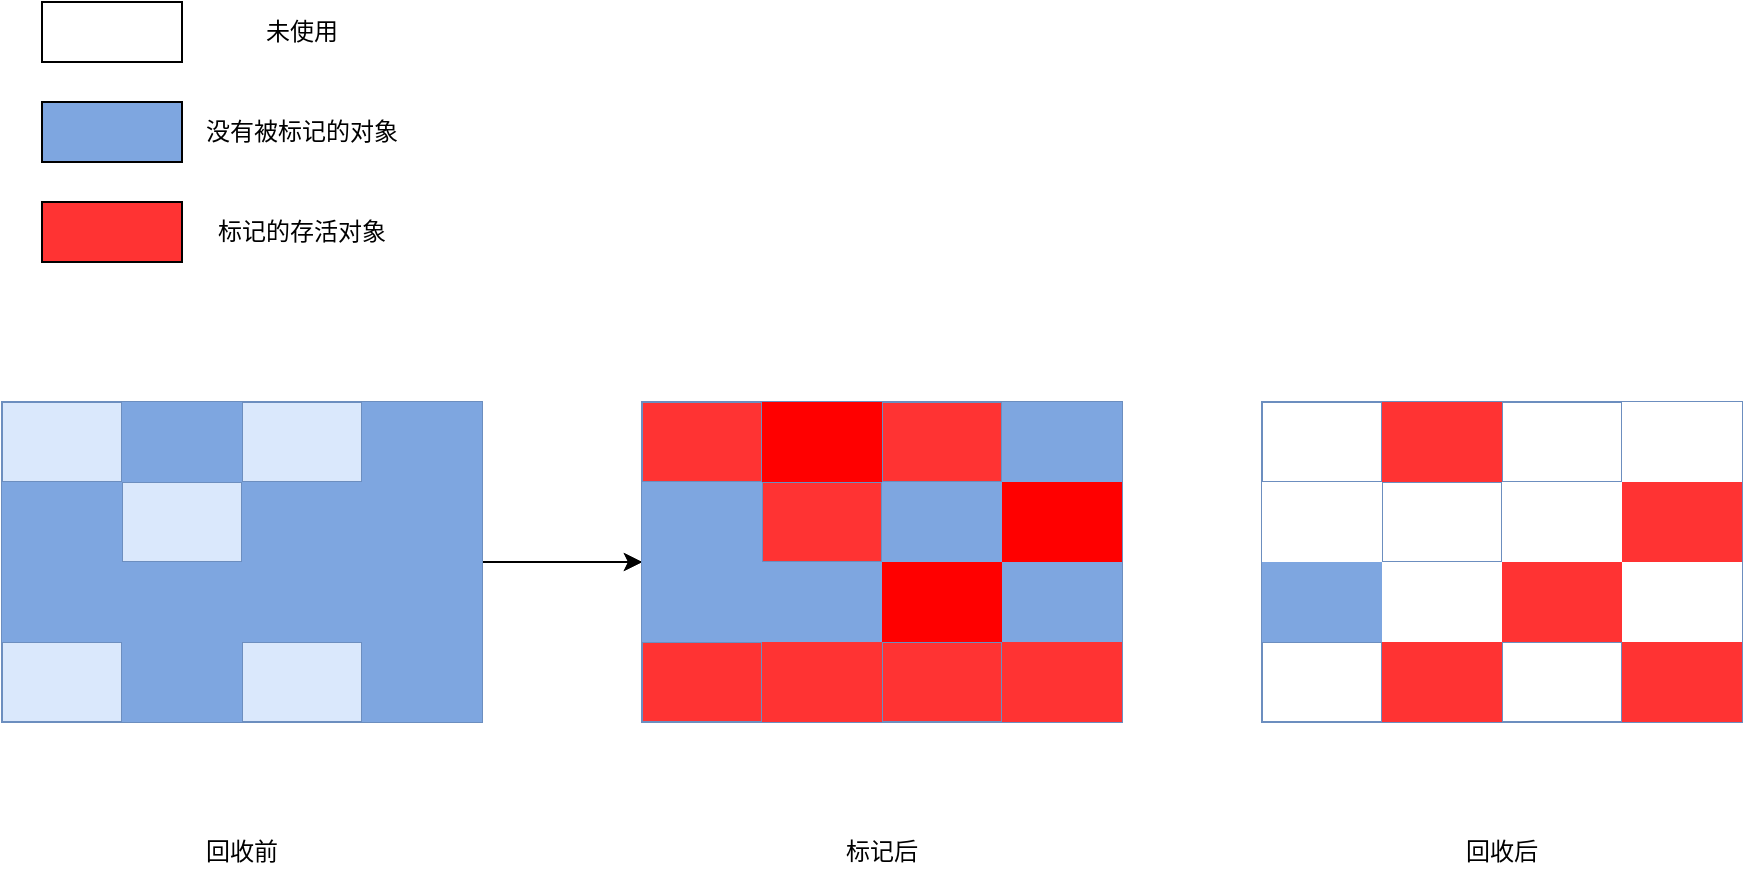
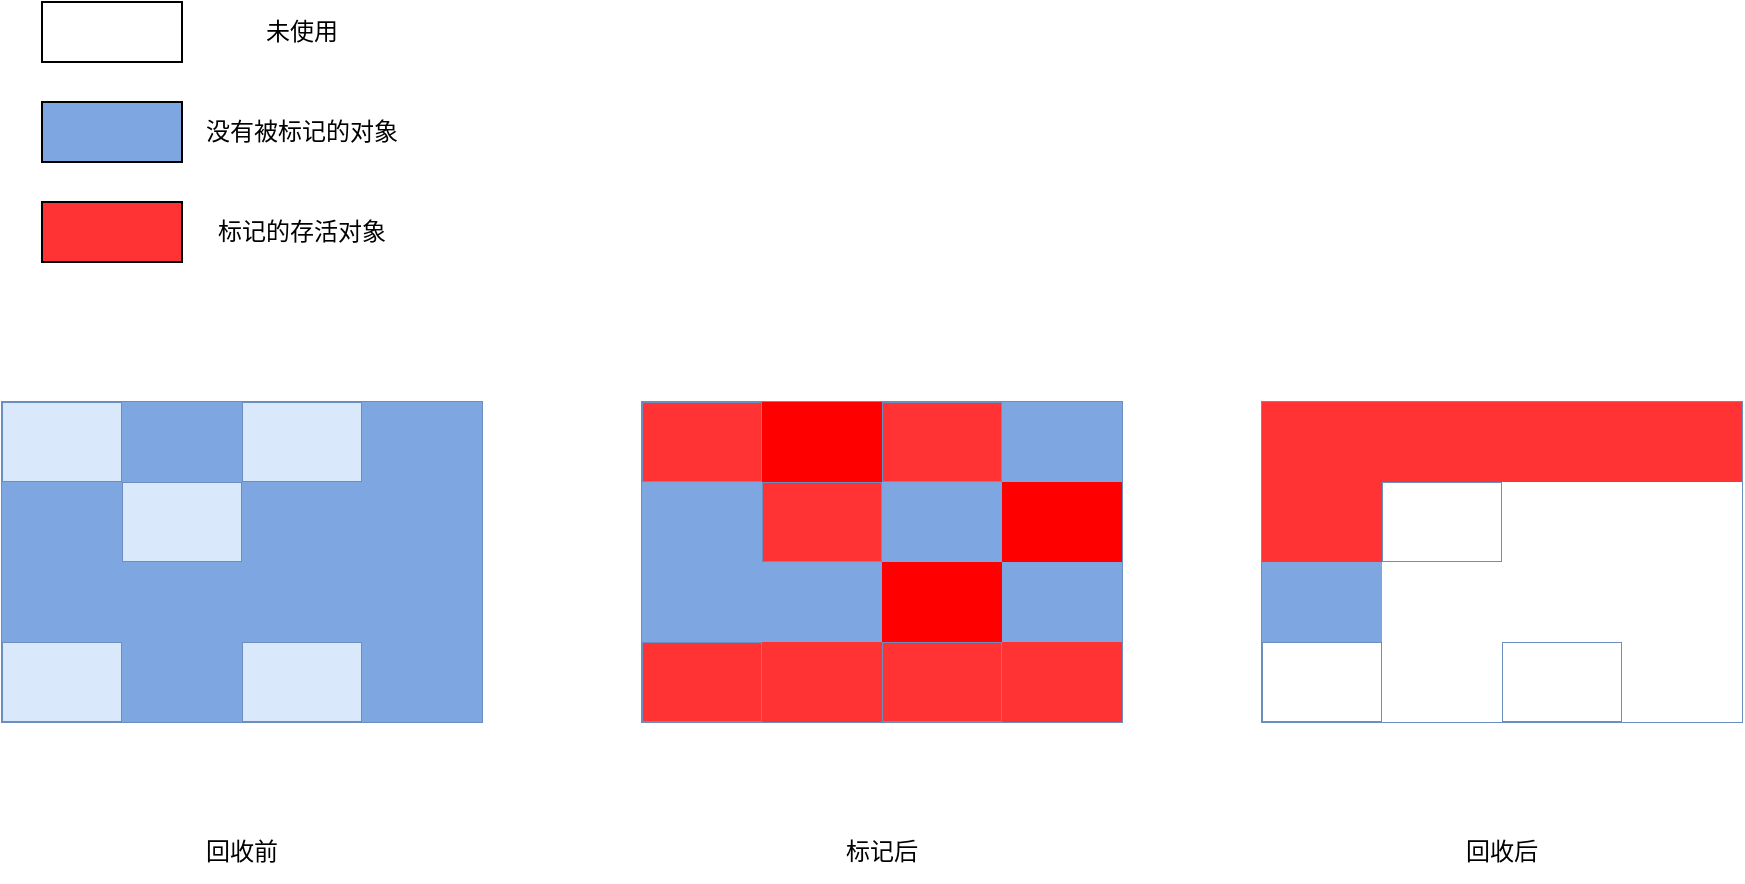
<mxfile host="app.diagrams.net">
  <diagram name="第 1 页" id="KjwoS0nl-4T4S8qi5VqI">
    <mxGraphModel dx="1022" dy="564" grid="1" gridSize="10" guides="1" tooltips="1" connect="1" arrows="1" fold="1" page="1" pageScale="1" pageWidth="2339" pageHeight="3300" math="0" shadow="0">
      <root>
        <mxCell id="0" />
        <mxCell id="1" parent="0" />
-         <mxCell id="xHLp9EJjgWM7njGDPcVA-3" edge="1" parent="1" source="a1P1gnmAWIE9Nsn7RV_F-14" style="edgeStyle=orthogonalEdgeStyle;rounded=0;orthogonalLoop=1;jettySize=auto;html=1;" target="xHLp9EJjgWM7njGDPcVA-2" value="">
-           <mxGeometry relative="1" as="geometry" />
-         </mxCell>
-         <mxCell id="xHLp9EJjgWM7njGDPcVA-5" edge="1" parent="1" source="a1P1gnmAWIE9Nsn7RV_F-14" style="edgeStyle=orthogonalEdgeStyle;rounded=0;orthogonalLoop=1;jettySize=auto;html=1;" target="xHLp9EJjgWM7njGDPcVA-4" value="">
-           <mxGeometry relative="1" as="geometry" />
-         </mxCell>
-         <mxCell id="xHLp9EJjgWM7njGDPcVA-7" edge="1" parent="1" source="a1P1gnmAWIE9Nsn7RV_F-14" style="edgeStyle=orthogonalEdgeStyle;rounded=0;orthogonalLoop=1;jettySize=auto;html=1;" target="xHLp9EJjgWM7njGDPcVA-6" value="">
-           <mxGeometry relative="1" as="geometry" />
-         </mxCell>
        <mxCell id="a1P1gnmAWIE9Nsn7RV_F-14" parent="1" style="shape=table;startSize=0;container=1;collapsible=0;childLayout=tableLayout;fixedHeader=1;fillColor=#dae8fc;strokeColor=#6c8ebf;gradientColor=none;" value="" vertex="1">
          <mxGeometry height="160" width="240" x="70" y="250" as="geometry" />
        </mxCell>
        <mxCell id="a1P1gnmAWIE9Nsn7RV_F-15" parent="a1P1gnmAWIE9Nsn7RV_F-14" style="shape=tableRow;horizontal=0;startSize=0;swimlaneHead=0;swimlaneBody=0;strokeColor=inherit;top=0;left=0;bottom=0;right=0;collapsible=0;dropTarget=0;fillColor=none;points=[[0,0.5],[1,0.5]];portConstraint=eastwest;fixedHeader=1;" value="" vertex="1">
          <mxGeometry height="40" width="240" as="geometry" />
        </mxCell>
        <mxCell id="a1P1gnmAWIE9Nsn7RV_F-16" parent="a1P1gnmAWIE9Nsn7RV_F-15" style="shape=partialRectangle;html=1;whiteSpace=wrap;connectable=0;strokeColor=inherit;overflow=hidden;fillColor=none;top=0;left=0;bottom=0;right=0;pointerEvents=1;" value="" vertex="1">
          <mxGeometry height="40" width="60" as="geometry">
            <mxRectangle height="40" width="60" as="alternateBounds" />
          </mxGeometry>
        </mxCell>
        <mxCell id="a1P1gnmAWIE9Nsn7RV_F-17" parent="a1P1gnmAWIE9Nsn7RV_F-15" style="shape=partialRectangle;html=1;whiteSpace=wrap;connectable=0;strokeColor=inherit;overflow=hidden;fillColor=#7EA6E0;top=0;left=0;bottom=0;right=0;pointerEvents=1;" value="" vertex="1">
          <mxGeometry height="40" width="60" x="60" as="geometry">
            <mxRectangle height="40" width="60" as="alternateBounds" />
          </mxGeometry>
        </mxCell>
        <mxCell id="a1P1gnmAWIE9Nsn7RV_F-18" parent="a1P1gnmAWIE9Nsn7RV_F-15" style="shape=partialRectangle;html=1;whiteSpace=wrap;connectable=0;strokeColor=inherit;overflow=hidden;fillColor=none;top=0;left=0;bottom=0;right=0;pointerEvents=1;" value="" vertex="1">
          <mxGeometry height="40" width="60" x="120" as="geometry">
            <mxRectangle height="40" width="60" as="alternateBounds" />
          </mxGeometry>
        </mxCell>
        <mxCell id="a1P1gnmAWIE9Nsn7RV_F-19" parent="a1P1gnmAWIE9Nsn7RV_F-15" style="shape=partialRectangle;html=1;whiteSpace=wrap;connectable=0;strokeColor=inherit;overflow=hidden;fillColor=#7EA6E0;top=0;left=0;bottom=0;right=0;pointerEvents=1;" value="" vertex="1">
          <mxGeometry height="40" width="60" x="180" as="geometry">
            <mxRectangle height="40" width="60" as="alternateBounds" />
          </mxGeometry>
        </mxCell>
        <mxCell id="a1P1gnmAWIE9Nsn7RV_F-20" parent="a1P1gnmAWIE9Nsn7RV_F-14" style="shape=tableRow;horizontal=0;startSize=0;swimlaneHead=0;swimlaneBody=0;strokeColor=inherit;top=0;left=0;bottom=0;right=0;collapsible=0;dropTarget=0;fillColor=none;points=[[0,0.5],[1,0.5]];portConstraint=eastwest;fixedHeader=1;" value="" vertex="1">
          <mxGeometry height="40" width="240" y="40" as="geometry" />
        </mxCell>
        <mxCell id="a1P1gnmAWIE9Nsn7RV_F-21" parent="a1P1gnmAWIE9Nsn7RV_F-20" style="shape=partialRectangle;html=1;whiteSpace=wrap;connectable=0;strokeColor=inherit;overflow=hidden;fillColor=#7EA6E0;top=0;left=0;bottom=0;right=0;pointerEvents=1;" value="" vertex="1">
          <mxGeometry height="40" width="60" as="geometry">
            <mxRectangle height="40" width="60" as="alternateBounds" />
          </mxGeometry>
        </mxCell>
        <mxCell id="a1P1gnmAWIE9Nsn7RV_F-22" parent="a1P1gnmAWIE9Nsn7RV_F-20" style="shape=partialRectangle;html=1;whiteSpace=wrap;connectable=0;strokeColor=inherit;overflow=hidden;fillColor=none;top=0;left=0;bottom=0;right=0;pointerEvents=1;" value="" vertex="1">
          <mxGeometry height="40" width="60" x="60" as="geometry">
            <mxRectangle height="40" width="60" as="alternateBounds" />
          </mxGeometry>
        </mxCell>
        <mxCell id="a1P1gnmAWIE9Nsn7RV_F-23" parent="a1P1gnmAWIE9Nsn7RV_F-20" style="shape=partialRectangle;html=1;whiteSpace=wrap;connectable=0;strokeColor=inherit;overflow=hidden;fillColor=#7EA6E0;top=0;left=0;bottom=0;right=0;pointerEvents=1;" value="" vertex="1">
          <mxGeometry height="40" width="60" x="120" as="geometry">
            <mxRectangle height="40" width="60" as="alternateBounds" />
          </mxGeometry>
        </mxCell>
        <mxCell id="a1P1gnmAWIE9Nsn7RV_F-24" parent="a1P1gnmAWIE9Nsn7RV_F-20" style="shape=partialRectangle;html=1;whiteSpace=wrap;connectable=0;strokeColor=inherit;overflow=hidden;fillColor=#7EA6E0;top=0;left=0;bottom=0;right=0;pointerEvents=1;" value="" vertex="1">
          <mxGeometry height="40" width="60" x="180" as="geometry">
            <mxRectangle height="40" width="60" as="alternateBounds" />
          </mxGeometry>
        </mxCell>
        <mxCell id="a1P1gnmAWIE9Nsn7RV_F-25" parent="a1P1gnmAWIE9Nsn7RV_F-14" style="shape=tableRow;horizontal=0;startSize=0;swimlaneHead=0;swimlaneBody=0;strokeColor=inherit;top=0;left=0;bottom=0;right=0;collapsible=0;dropTarget=0;fillColor=#7EA6E0;points=[[0,0.5],[1,0.5]];portConstraint=eastwest;fixedHeader=1;" value="" vertex="1">
          <mxGeometry height="40" width="240" y="80" as="geometry" />
        </mxCell>
        <mxCell id="a1P1gnmAWIE9Nsn7RV_F-26" parent="a1P1gnmAWIE9Nsn7RV_F-25" style="shape=partialRectangle;html=1;whiteSpace=wrap;connectable=0;strokeColor=inherit;overflow=hidden;fillColor=none;top=0;left=0;bottom=0;right=0;pointerEvents=1;" value="" vertex="1">
          <mxGeometry height="40" width="60" as="geometry">
            <mxRectangle height="40" width="60" as="alternateBounds" />
          </mxGeometry>
        </mxCell>
        <mxCell id="a1P1gnmAWIE9Nsn7RV_F-27" parent="a1P1gnmAWIE9Nsn7RV_F-25" style="shape=partialRectangle;html=1;whiteSpace=wrap;connectable=0;strokeColor=inherit;overflow=hidden;fillColor=#7EA6E0;top=0;left=0;bottom=0;right=0;pointerEvents=1;" value="" vertex="1">
          <mxGeometry height="40" width="60" x="60" as="geometry">
            <mxRectangle height="40" width="60" as="alternateBounds" />
          </mxGeometry>
        </mxCell>
        <mxCell id="a1P1gnmAWIE9Nsn7RV_F-28" parent="a1P1gnmAWIE9Nsn7RV_F-25" style="shape=partialRectangle;html=1;whiteSpace=wrap;connectable=0;strokeColor=inherit;overflow=hidden;fillColor=#7EA6E0;top=0;left=0;bottom=0;right=0;pointerEvents=1;" value="" vertex="1">
          <mxGeometry height="40" width="60" x="120" as="geometry">
            <mxRectangle height="40" width="60" as="alternateBounds" />
          </mxGeometry>
        </mxCell>
        <mxCell id="a1P1gnmAWIE9Nsn7RV_F-29" parent="a1P1gnmAWIE9Nsn7RV_F-25" style="shape=partialRectangle;html=1;whiteSpace=wrap;connectable=0;strokeColor=inherit;overflow=hidden;fillColor=#7EA6E0;top=0;left=0;bottom=0;right=0;pointerEvents=1;" value="" vertex="1">
          <mxGeometry height="40" width="60" x="180" as="geometry">
            <mxRectangle height="40" width="60" as="alternateBounds" />
          </mxGeometry>
        </mxCell>
        <mxCell id="a1P1gnmAWIE9Nsn7RV_F-30" parent="a1P1gnmAWIE9Nsn7RV_F-14" style="shape=tableRow;horizontal=0;startSize=0;swimlaneHead=0;swimlaneBody=0;strokeColor=inherit;top=0;left=0;bottom=0;right=0;collapsible=0;dropTarget=0;fillColor=none;points=[[0,0.5],[1,0.5]];portConstraint=eastwest;fixedHeader=1;" value="" vertex="1">
          <mxGeometry height="40" width="240" y="120" as="geometry" />
        </mxCell>
        <mxCell id="a1P1gnmAWIE9Nsn7RV_F-31" parent="a1P1gnmAWIE9Nsn7RV_F-30" style="shape=partialRectangle;html=1;whiteSpace=wrap;connectable=0;strokeColor=inherit;overflow=hidden;fillColor=none;top=0;left=0;bottom=0;right=0;pointerEvents=1;" value="" vertex="1">
          <mxGeometry height="40" width="60" as="geometry">
            <mxRectangle height="40" width="60" as="alternateBounds" />
          </mxGeometry>
        </mxCell>
        <mxCell id="a1P1gnmAWIE9Nsn7RV_F-32" parent="a1P1gnmAWIE9Nsn7RV_F-30" style="shape=partialRectangle;html=1;whiteSpace=wrap;connectable=0;strokeColor=inherit;overflow=hidden;fillColor=#7EA6E0;top=0;left=0;bottom=0;right=0;pointerEvents=1;" value="" vertex="1">
          <mxGeometry height="40" width="60" x="60" as="geometry">
            <mxRectangle height="40" width="60" as="alternateBounds" />
          </mxGeometry>
        </mxCell>
        <mxCell id="a1P1gnmAWIE9Nsn7RV_F-33" parent="a1P1gnmAWIE9Nsn7RV_F-30" style="shape=partialRectangle;html=1;whiteSpace=wrap;connectable=0;strokeColor=inherit;overflow=hidden;fillColor=none;top=0;left=0;bottom=0;right=0;pointerEvents=1;" value="" vertex="1">
          <mxGeometry height="40" width="60" x="120" as="geometry">
            <mxRectangle height="40" width="60" as="alternateBounds" />
          </mxGeometry>
        </mxCell>
        <mxCell id="a1P1gnmAWIE9Nsn7RV_F-34" parent="a1P1gnmAWIE9Nsn7RV_F-30" style="shape=partialRectangle;html=1;whiteSpace=wrap;connectable=0;strokeColor=inherit;overflow=hidden;fillColor=#7EA6E0;top=0;left=0;bottom=0;right=0;pointerEvents=1;" value="" vertex="1">
          <mxGeometry height="40" width="60" x="180" as="geometry">
            <mxRectangle height="40" width="60" as="alternateBounds" />
          </mxGeometry>
        </mxCell>
        <mxCell id="a1P1gnmAWIE9Nsn7RV_F-35" parent="1" style="shape=table;startSize=0;container=1;collapsible=0;childLayout=tableLayout;fixedHeader=1;fillColor=#FF3333;strokeColor=#6c8ebf;" value="" vertex="1">
          <mxGeometry height="160" width="240" x="390" y="250" as="geometry" />
        </mxCell>
        <mxCell id="a1P1gnmAWIE9Nsn7RV_F-36" parent="a1P1gnmAWIE9Nsn7RV_F-35" style="shape=tableRow;horizontal=0;startSize=0;swimlaneHead=0;swimlaneBody=0;strokeColor=inherit;top=0;left=0;bottom=0;right=0;collapsible=0;dropTarget=0;fillColor=none;points=[[0,0.5],[1,0.5]];portConstraint=eastwest;fixedHeader=1;" value="" vertex="1">
          <mxGeometry height="40" width="240" as="geometry" />
        </mxCell>
        <mxCell id="a1P1gnmAWIE9Nsn7RV_F-37" parent="a1P1gnmAWIE9Nsn7RV_F-36" style="shape=partialRectangle;html=1;whiteSpace=wrap;connectable=0;strokeColor=inherit;overflow=hidden;fillColor=none;top=0;left=0;bottom=0;right=0;pointerEvents=1;" value="" vertex="1">
          <mxGeometry height="40" width="60" as="geometry">
            <mxRectangle height="40" width="60" as="alternateBounds" />
          </mxGeometry>
        </mxCell>
        <mxCell id="a1P1gnmAWIE9Nsn7RV_F-38" parent="a1P1gnmAWIE9Nsn7RV_F-36" style="shape=partialRectangle;html=1;whiteSpace=wrap;connectable=0;strokeColor=inherit;overflow=hidden;fillColor=#FF0000;top=0;left=0;bottom=0;right=0;pointerEvents=1;" value="" vertex="1">
          <mxGeometry height="40" width="60" x="60" as="geometry">
            <mxRectangle height="40" width="60" as="alternateBounds" />
          </mxGeometry>
        </mxCell>
        <mxCell id="a1P1gnmAWIE9Nsn7RV_F-39" parent="a1P1gnmAWIE9Nsn7RV_F-36" style="shape=partialRectangle;html=1;whiteSpace=wrap;connectable=0;strokeColor=inherit;overflow=hidden;fillColor=none;top=0;left=0;bottom=0;right=0;pointerEvents=1;" value="" vertex="1">
          <mxGeometry height="40" width="60" x="120" as="geometry">
            <mxRectangle height="40" width="60" as="alternateBounds" />
          </mxGeometry>
        </mxCell>
        <mxCell id="a1P1gnmAWIE9Nsn7RV_F-40" parent="a1P1gnmAWIE9Nsn7RV_F-36" style="shape=partialRectangle;html=1;whiteSpace=wrap;connectable=0;strokeColor=inherit;overflow=hidden;fillColor=#7EA6E0;top=0;left=0;bottom=0;right=0;pointerEvents=1;" value="" vertex="1">
          <mxGeometry height="40" width="60" x="180" as="geometry">
            <mxRectangle height="40" width="60" as="alternateBounds" />
          </mxGeometry>
        </mxCell>
        <mxCell id="a1P1gnmAWIE9Nsn7RV_F-41" parent="a1P1gnmAWIE9Nsn7RV_F-35" style="shape=tableRow;horizontal=0;startSize=0;swimlaneHead=0;swimlaneBody=0;strokeColor=inherit;top=0;left=0;bottom=0;right=0;collapsible=0;dropTarget=0;fillColor=none;points=[[0,0.5],[1,0.5]];portConstraint=eastwest;fixedHeader=1;" value="" vertex="1">
          <mxGeometry height="40" width="240" y="40" as="geometry" />
        </mxCell>
        <mxCell id="a1P1gnmAWIE9Nsn7RV_F-42" parent="a1P1gnmAWIE9Nsn7RV_F-41" style="shape=partialRectangle;html=1;whiteSpace=wrap;connectable=0;strokeColor=inherit;overflow=hidden;fillColor=#7EA6E0;top=0;left=0;bottom=0;right=0;pointerEvents=1;" value="" vertex="1">
          <mxGeometry height="40" width="60" as="geometry">
            <mxRectangle height="40" width="60" as="alternateBounds" />
          </mxGeometry>
        </mxCell>
        <mxCell id="a1P1gnmAWIE9Nsn7RV_F-43" parent="a1P1gnmAWIE9Nsn7RV_F-41" style="shape=partialRectangle;html=1;whiteSpace=wrap;connectable=0;strokeColor=inherit;overflow=hidden;fillColor=none;top=0;left=0;bottom=0;right=0;pointerEvents=1;" value="" vertex="1">
          <mxGeometry height="40" width="60" x="60" as="geometry">
            <mxRectangle height="40" width="60" as="alternateBounds" />
          </mxGeometry>
        </mxCell>
        <mxCell id="a1P1gnmAWIE9Nsn7RV_F-44" parent="a1P1gnmAWIE9Nsn7RV_F-41" style="shape=partialRectangle;html=1;whiteSpace=wrap;connectable=0;strokeColor=inherit;overflow=hidden;fillColor=#7EA6E0;top=0;left=0;bottom=0;right=0;pointerEvents=1;" value="" vertex="1">
          <mxGeometry height="40" width="60" x="120" as="geometry">
            <mxRectangle height="40" width="60" as="alternateBounds" />
          </mxGeometry>
        </mxCell>
        <mxCell id="a1P1gnmAWIE9Nsn7RV_F-45" parent="a1P1gnmAWIE9Nsn7RV_F-41" style="shape=partialRectangle;html=1;whiteSpace=wrap;connectable=0;strokeColor=inherit;overflow=hidden;fillColor=#FF0000;top=0;left=0;bottom=0;right=0;pointerEvents=1;" value="" vertex="1">
          <mxGeometry height="40" width="60" x="180" as="geometry">
            <mxRectangle height="40" width="60" as="alternateBounds" />
          </mxGeometry>
        </mxCell>
        <mxCell id="a1P1gnmAWIE9Nsn7RV_F-46" parent="a1P1gnmAWIE9Nsn7RV_F-35" style="shape=tableRow;horizontal=0;startSize=0;swimlaneHead=0;swimlaneBody=0;strokeColor=inherit;top=0;left=0;bottom=0;right=0;collapsible=0;dropTarget=0;fillColor=#7EA6E0;points=[[0,0.5],[1,0.5]];portConstraint=eastwest;fixedHeader=1;" value="" vertex="1">
          <mxGeometry height="40" width="240" y="80" as="geometry" />
        </mxCell>
        <mxCell id="a1P1gnmAWIE9Nsn7RV_F-47" parent="a1P1gnmAWIE9Nsn7RV_F-46" style="shape=partialRectangle;html=1;whiteSpace=wrap;connectable=0;strokeColor=inherit;overflow=hidden;fillColor=none;top=0;left=0;bottom=0;right=0;pointerEvents=1;" value="" vertex="1">
          <mxGeometry height="40" width="60" as="geometry">
            <mxRectangle height="40" width="60" as="alternateBounds" />
          </mxGeometry>
        </mxCell>
        <mxCell id="a1P1gnmAWIE9Nsn7RV_F-48" parent="a1P1gnmAWIE9Nsn7RV_F-46" style="shape=partialRectangle;html=1;whiteSpace=wrap;connectable=0;strokeColor=inherit;overflow=hidden;fillColor=#7EA6E0;top=0;left=0;bottom=0;right=0;pointerEvents=1;" value="" vertex="1">
          <mxGeometry height="40" width="60" x="60" as="geometry">
            <mxRectangle height="40" width="60" as="alternateBounds" />
          </mxGeometry>
        </mxCell>
        <mxCell id="a1P1gnmAWIE9Nsn7RV_F-49" parent="a1P1gnmAWIE9Nsn7RV_F-46" style="shape=partialRectangle;html=1;whiteSpace=wrap;connectable=0;strokeColor=inherit;overflow=hidden;fillColor=#FF0000;top=0;left=0;bottom=0;right=0;pointerEvents=1;" value="" vertex="1">
          <mxGeometry height="40" width="60" x="120" as="geometry">
            <mxRectangle height="40" width="60" as="alternateBounds" />
          </mxGeometry>
        </mxCell>
        <mxCell id="a1P1gnmAWIE9Nsn7RV_F-50" parent="a1P1gnmAWIE9Nsn7RV_F-46" style="shape=partialRectangle;html=1;whiteSpace=wrap;connectable=0;strokeColor=inherit;overflow=hidden;fillColor=#7EA6E0;top=0;left=0;bottom=0;right=0;pointerEvents=1;" value="" vertex="1">
          <mxGeometry height="40" width="60" x="180" as="geometry">
            <mxRectangle height="40" width="60" as="alternateBounds" />
          </mxGeometry>
        </mxCell>
        <mxCell id="xHLp9EJjgWM7njGDPcVA-2" parent="a1P1gnmAWIE9Nsn7RV_F-46" style="shape=singleArrow;whiteSpace=wrap;html=1;arrowWidth=0.4;arrowSize=0.4;fillColor=#dae8fc;strokeColor=#6c8ebf;startSize=0;" value="" vertex="1">
-           <mxGeometry height="40" width="NaN" x="240" as="geometry">
+           <mxGeometry height="40" x="240" as="geometry">
            <mxRectangle height="40" width="NaN" as="alternateBounds" />
          </mxGeometry>
        </mxCell>
        <mxCell id="xHLp9EJjgWM7njGDPcVA-4" parent="a1P1gnmAWIE9Nsn7RV_F-46" style="shape=singleArrow;whiteSpace=wrap;html=1;arrowWidth=0.4;arrowSize=0.4;fillColor=#dae8fc;strokeColor=#6c8ebf;startSize=0;" value="" vertex="1">
-           <mxGeometry height="40" width="NaN" as="geometry">
+           <mxGeometry height="40" as="geometry">
            <mxRectangle height="40" width="NaN" as="alternateBounds" />
          </mxGeometry>
        </mxCell>
        <mxCell id="xHLp9EJjgWM7njGDPcVA-6" parent="a1P1gnmAWIE9Nsn7RV_F-46" style="shape=singleArrow;whiteSpace=wrap;html=1;arrowWidth=0.4;arrowSize=0.4;fillColor=#dae8fc;strokeColor=#6c8ebf;startSize=0;" value="" vertex="1">
-           <mxGeometry height="40" width="NaN" as="geometry">
+           <mxGeometry height="40" as="geometry">
            <mxRectangle height="40" width="NaN" as="alternateBounds" />
          </mxGeometry>
        </mxCell>
        <mxCell id="a1P1gnmAWIE9Nsn7RV_F-51" parent="a1P1gnmAWIE9Nsn7RV_F-35" style="shape=tableRow;horizontal=0;startSize=0;swimlaneHead=0;swimlaneBody=0;strokeColor=inherit;top=0;left=0;bottom=0;right=0;collapsible=0;dropTarget=0;fillColor=none;points=[[0,0.5],[1,0.5]];portConstraint=eastwest;fixedHeader=1;" value="" vertex="1">
          <mxGeometry height="40" width="240" y="120" as="geometry" />
        </mxCell>
        <mxCell id="a1P1gnmAWIE9Nsn7RV_F-52" parent="a1P1gnmAWIE9Nsn7RV_F-51" style="shape=partialRectangle;html=1;whiteSpace=wrap;connectable=0;strokeColor=inherit;overflow=hidden;fillColor=none;top=0;left=0;bottom=0;right=0;pointerEvents=1;" value="" vertex="1">
          <mxGeometry height="40" width="60" as="geometry">
            <mxRectangle height="40" width="60" as="alternateBounds" />
          </mxGeometry>
        </mxCell>
        <mxCell id="a1P1gnmAWIE9Nsn7RV_F-53" parent="a1P1gnmAWIE9Nsn7RV_F-51" style="shape=partialRectangle;html=1;whiteSpace=wrap;connectable=0;strokeColor=inherit;overflow=hidden;fillColor=#FF3333;top=0;left=0;bottom=0;right=0;pointerEvents=1;" value="" vertex="1">
          <mxGeometry height="40" width="60" x="60" as="geometry">
            <mxRectangle height="40" width="60" as="alternateBounds" />
          </mxGeometry>
        </mxCell>
        <mxCell id="a1P1gnmAWIE9Nsn7RV_F-54" parent="a1P1gnmAWIE9Nsn7RV_F-51" style="shape=partialRectangle;html=1;whiteSpace=wrap;connectable=0;strokeColor=inherit;overflow=hidden;fillColor=none;top=0;left=0;bottom=0;right=0;pointerEvents=1;" value="" vertex="1">
          <mxGeometry height="40" width="60" x="120" as="geometry">
            <mxRectangle height="40" width="60" as="alternateBounds" />
          </mxGeometry>
        </mxCell>
        <mxCell id="a1P1gnmAWIE9Nsn7RV_F-55" parent="a1P1gnmAWIE9Nsn7RV_F-51" style="shape=partialRectangle;html=1;whiteSpace=wrap;connectable=0;strokeColor=inherit;overflow=hidden;fillColor=#FF3333;top=0;left=0;bottom=0;right=0;pointerEvents=1;" value="" vertex="1">
          <mxGeometry height="40" width="60" x="180" as="geometry">
            <mxRectangle height="40" width="60" as="alternateBounds" />
          </mxGeometry>
        </mxCell>
        <mxCell id="a1P1gnmAWIE9Nsn7RV_F-56" parent="1" style="shape=table;startSize=0;container=1;collapsible=0;childLayout=tableLayout;fixedHeader=1;fillColor=#FFFFFF;strokeColor=#6c8ebf;" value="" vertex="1">
          <mxGeometry height="160" width="240" x="700" y="250" as="geometry" />
        </mxCell>
        <mxCell id="a1P1gnmAWIE9Nsn7RV_F-57" parent="a1P1gnmAWIE9Nsn7RV_F-56" style="shape=tableRow;horizontal=0;startSize=0;swimlaneHead=0;swimlaneBody=0;strokeColor=inherit;top=0;left=0;bottom=0;right=0;collapsible=0;dropTarget=0;fillColor=none;points=[[0,0.5],[1,0.5]];portConstraint=eastwest;fixedHeader=1;" value="" vertex="1">
          <mxGeometry height="40" width="240" as="geometry" />
        </mxCell>
-         <mxCell id="a1P1gnmAWIE9Nsn7RV_F-58" parent="a1P1gnmAWIE9Nsn7RV_F-57" style="shape=partialRectangle;html=1;whiteSpace=wrap;connectable=0;strokeColor=inherit;overflow=hidden;fillColor=none;top=0;left=0;bottom=0;right=0;pointerEvents=1;" value="" vertex="1">
+         <mxCell id="a1P1gnmAWIE9Nsn7RV_F-58" parent="a1P1gnmAWIE9Nsn7RV_F-57" style="shape=partialRectangle;html=1;whiteSpace=wrap;connectable=0;strokeColor=inherit;overflow=hidden;fillColor=#FF3333;top=0;left=0;bottom=0;right=0;pointerEvents=1;" value="" vertex="1">
          <mxGeometry height="40" width="60" as="geometry">
            <mxRectangle height="40" width="60" as="alternateBounds" />
          </mxGeometry>
        </mxCell>
        <mxCell id="a1P1gnmAWIE9Nsn7RV_F-59" parent="a1P1gnmAWIE9Nsn7RV_F-57" style="shape=partialRectangle;html=1;whiteSpace=wrap;connectable=0;strokeColor=inherit;overflow=hidden;fillColor=#FF3333;top=0;left=0;bottom=0;right=0;pointerEvents=1;" value="" vertex="1">
          <mxGeometry height="40" width="60" x="60" as="geometry">
            <mxRectangle height="40" width="60" as="alternateBounds" />
          </mxGeometry>
        </mxCell>
-         <mxCell id="a1P1gnmAWIE9Nsn7RV_F-60" parent="a1P1gnmAWIE9Nsn7RV_F-57" style="shape=partialRectangle;html=1;whiteSpace=wrap;connectable=0;strokeColor=inherit;overflow=hidden;fillColor=none;top=0;left=0;bottom=0;right=0;pointerEvents=1;" value="" vertex="1">
-           <mxGeometry height="40" width="60" x="120" as="geometry">
-             <mxRectangle height="40" width="60" as="alternateBounds" />
-           </mxGeometry>
-         </mxCell>
-         <mxCell id="a1P1gnmAWIE9Nsn7RV_F-61" parent="a1P1gnmAWIE9Nsn7RV_F-57" style="shape=partialRectangle;html=1;whiteSpace=wrap;connectable=0;strokeColor=inherit;overflow=hidden;fillColor=#FFFFFF;top=0;left=0;bottom=0;right=0;pointerEvents=1;" value="" vertex="1">
+         <mxCell id="a1P1gnmAWIE9Nsn7RV_F-60" parent="a1P1gnmAWIE9Nsn7RV_F-57" style="shape=partialRectangle;html=1;whiteSpace=wrap;connectable=0;strokeColor=inherit;overflow=hidden;fillColor=#FF3333;top=0;left=0;bottom=0;right=0;pointerEvents=1;" value="" vertex="1">
+           <mxGeometry height="40" width="60" x="120" as="geometry">
+             <mxRectangle height="40" width="60" as="alternateBounds" />
+           </mxGeometry>
+         </mxCell>
+         <mxCell id="a1P1gnmAWIE9Nsn7RV_F-61" parent="a1P1gnmAWIE9Nsn7RV_F-57" style="shape=partialRectangle;html=1;whiteSpace=wrap;connectable=0;strokeColor=inherit;overflow=hidden;fillColor=#FF3333;top=0;left=0;bottom=0;right=0;pointerEvents=1;" value="" vertex="1">
          <mxGeometry height="40" width="60" x="180" as="geometry">
            <mxRectangle height="40" width="60" as="alternateBounds" />
          </mxGeometry>
        </mxCell>
        <mxCell id="a1P1gnmAWIE9Nsn7RV_F-62" parent="a1P1gnmAWIE9Nsn7RV_F-56" style="shape=tableRow;horizontal=0;startSize=0;swimlaneHead=0;swimlaneBody=0;strokeColor=inherit;top=0;left=0;bottom=0;right=0;collapsible=0;dropTarget=0;fillColor=none;points=[[0,0.5],[1,0.5]];portConstraint=eastwest;fixedHeader=1;" value="" vertex="1">
          <mxGeometry height="40" width="240" y="40" as="geometry" />
        </mxCell>
-         <mxCell id="a1P1gnmAWIE9Nsn7RV_F-63" parent="a1P1gnmAWIE9Nsn7RV_F-62" style="shape=partialRectangle;html=1;whiteSpace=wrap;connectable=0;strokeColor=inherit;overflow=hidden;fillColor=#FFFFFF;top=0;left=0;bottom=0;right=0;pointerEvents=1;" value="" vertex="1">
+         <mxCell id="a1P1gnmAWIE9Nsn7RV_F-63" parent="a1P1gnmAWIE9Nsn7RV_F-62" style="shape=partialRectangle;html=1;whiteSpace=wrap;connectable=0;strokeColor=inherit;overflow=hidden;fillColor=#FF3333;top=0;left=0;bottom=0;right=0;pointerEvents=1;" value="" vertex="1">
          <mxGeometry height="40" width="60" as="geometry">
            <mxRectangle height="40" width="60" as="alternateBounds" />
          </mxGeometry>
        </mxCell>
        <mxCell id="a1P1gnmAWIE9Nsn7RV_F-64" parent="a1P1gnmAWIE9Nsn7RV_F-62" style="shape=partialRectangle;html=1;whiteSpace=wrap;connectable=0;strokeColor=inherit;overflow=hidden;fillColor=none;top=0;left=0;bottom=0;right=0;pointerEvents=1;" value="" vertex="1">
          <mxGeometry height="40" width="60" x="60" as="geometry">
            <mxRectangle height="40" width="60" as="alternateBounds" />
          </mxGeometry>
        </mxCell>
        <mxCell id="a1P1gnmAWIE9Nsn7RV_F-65" parent="a1P1gnmAWIE9Nsn7RV_F-62" style="shape=partialRectangle;html=1;whiteSpace=wrap;connectable=0;strokeColor=inherit;overflow=hidden;fillColor=#FFFFFF;top=0;left=0;bottom=0;right=0;pointerEvents=1;" value="" vertex="1">
          <mxGeometry height="40" width="60" x="120" as="geometry">
            <mxRectangle height="40" width="60" as="alternateBounds" />
          </mxGeometry>
        </mxCell>
-         <mxCell id="a1P1gnmAWIE9Nsn7RV_F-66" parent="a1P1gnmAWIE9Nsn7RV_F-62" style="shape=partialRectangle;html=1;whiteSpace=wrap;connectable=0;strokeColor=inherit;overflow=hidden;fillColor=#FF3333;top=0;left=0;bottom=0;right=0;pointerEvents=1;" value="" vertex="1">
+         <mxCell id="a1P1gnmAWIE9Nsn7RV_F-66" parent="a1P1gnmAWIE9Nsn7RV_F-62" style="shape=partialRectangle;html=1;whiteSpace=wrap;connectable=0;strokeColor=inherit;overflow=hidden;fillColor=#FFFFFF;top=0;left=0;bottom=0;right=0;pointerEvents=1;" value="" vertex="1">
          <mxGeometry height="40" width="60" x="180" as="geometry">
            <mxRectangle height="40" width="60" as="alternateBounds" />
          </mxGeometry>
        </mxCell>
        <mxCell id="a1P1gnmAWIE9Nsn7RV_F-67" parent="a1P1gnmAWIE9Nsn7RV_F-56" style="shape=tableRow;horizontal=0;startSize=0;swimlaneHead=0;swimlaneBody=0;strokeColor=inherit;top=0;left=0;bottom=0;right=0;collapsible=0;dropTarget=0;fillColor=#7EA6E0;points=[[0,0.5],[1,0.5]];portConstraint=eastwest;fixedHeader=1;" value="" vertex="1">
          <mxGeometry height="40" width="240" y="80" as="geometry" />
        </mxCell>
        <mxCell id="a1P1gnmAWIE9Nsn7RV_F-68" parent="a1P1gnmAWIE9Nsn7RV_F-67" style="shape=partialRectangle;html=1;whiteSpace=wrap;connectable=0;strokeColor=inherit;overflow=hidden;fillColor=none;top=0;left=0;bottom=0;right=0;pointerEvents=1;" value="" vertex="1">
          <mxGeometry height="40" width="60" as="geometry">
            <mxRectangle height="40" width="60" as="alternateBounds" />
          </mxGeometry>
        </mxCell>
        <mxCell id="a1P1gnmAWIE9Nsn7RV_F-69" parent="a1P1gnmAWIE9Nsn7RV_F-67" style="shape=partialRectangle;html=1;whiteSpace=wrap;connectable=0;strokeColor=inherit;overflow=hidden;fillColor=#FFFFFF;top=0;left=0;bottom=0;right=0;pointerEvents=1;" value="" vertex="1">
          <mxGeometry height="40" width="60" x="60" as="geometry">
            <mxRectangle height="40" width="60" as="alternateBounds" />
          </mxGeometry>
        </mxCell>
-         <mxCell id="a1P1gnmAWIE9Nsn7RV_F-70" parent="a1P1gnmAWIE9Nsn7RV_F-67" style="shape=partialRectangle;html=1;whiteSpace=wrap;connectable=0;strokeColor=inherit;overflow=hidden;fillColor=#FF3333;top=0;left=0;bottom=0;right=0;pointerEvents=1;" value="" vertex="1">
+         <mxCell id="a1P1gnmAWIE9Nsn7RV_F-70" parent="a1P1gnmAWIE9Nsn7RV_F-67" style="shape=partialRectangle;html=1;whiteSpace=wrap;connectable=0;strokeColor=inherit;overflow=hidden;fillColor=#FFFFFF;top=0;left=0;bottom=0;right=0;pointerEvents=1;" value="" vertex="1">
          <mxGeometry height="40" width="60" x="120" as="geometry">
            <mxRectangle height="40" width="60" as="alternateBounds" />
          </mxGeometry>
        </mxCell>
        <mxCell id="a1P1gnmAWIE9Nsn7RV_F-71" parent="a1P1gnmAWIE9Nsn7RV_F-67" style="shape=partialRectangle;html=1;whiteSpace=wrap;connectable=0;strokeColor=inherit;overflow=hidden;fillColor=#FFFFFF;top=0;left=0;bottom=0;right=0;pointerEvents=1;" value="" vertex="1">
          <mxGeometry height="40" width="60" x="180" as="geometry">
            <mxRectangle height="40" width="60" as="alternateBounds" />
          </mxGeometry>
        </mxCell>
        <mxCell id="a1P1gnmAWIE9Nsn7RV_F-72" parent="a1P1gnmAWIE9Nsn7RV_F-56" style="shape=tableRow;horizontal=0;startSize=0;swimlaneHead=0;swimlaneBody=0;strokeColor=inherit;top=0;left=0;bottom=0;right=0;collapsible=0;dropTarget=0;fillColor=none;points=[[0,0.5],[1,0.5]];portConstraint=eastwest;fixedHeader=1;" value="" vertex="1">
          <mxGeometry height="40" width="240" y="120" as="geometry" />
        </mxCell>
        <mxCell id="a1P1gnmAWIE9Nsn7RV_F-73" parent="a1P1gnmAWIE9Nsn7RV_F-72" style="shape=partialRectangle;html=1;whiteSpace=wrap;connectable=0;strokeColor=inherit;overflow=hidden;fillColor=none;top=0;left=0;bottom=0;right=0;pointerEvents=1;" value="" vertex="1">
          <mxGeometry height="40" width="60" as="geometry">
            <mxRectangle height="40" width="60" as="alternateBounds" />
          </mxGeometry>
        </mxCell>
-         <mxCell id="a1P1gnmAWIE9Nsn7RV_F-74" parent="a1P1gnmAWIE9Nsn7RV_F-72" style="shape=partialRectangle;html=1;whiteSpace=wrap;connectable=0;strokeColor=inherit;overflow=hidden;fillColor=#FF3333;top=0;left=0;bottom=0;right=0;pointerEvents=1;" value="" vertex="1">
+         <mxCell id="a1P1gnmAWIE9Nsn7RV_F-74" parent="a1P1gnmAWIE9Nsn7RV_F-72" style="shape=partialRectangle;html=1;whiteSpace=wrap;connectable=0;strokeColor=inherit;overflow=hidden;fillColor=#FFFFFF;top=0;left=0;bottom=0;right=0;pointerEvents=1;" value="" vertex="1">
          <mxGeometry height="40" width="60" x="60" as="geometry">
            <mxRectangle height="40" width="60" as="alternateBounds" />
          </mxGeometry>
        </mxCell>
        <mxCell id="a1P1gnmAWIE9Nsn7RV_F-75" parent="a1P1gnmAWIE9Nsn7RV_F-72" style="shape=partialRectangle;html=1;whiteSpace=wrap;connectable=0;strokeColor=inherit;overflow=hidden;fillColor=none;top=0;left=0;bottom=0;right=0;pointerEvents=1;" value="" vertex="1">
          <mxGeometry height="40" width="60" x="120" as="geometry">
            <mxRectangle height="40" width="60" as="alternateBounds" />
          </mxGeometry>
        </mxCell>
-         <mxCell id="a1P1gnmAWIE9Nsn7RV_F-76" parent="a1P1gnmAWIE9Nsn7RV_F-72" style="shape=partialRectangle;html=1;whiteSpace=wrap;connectable=0;strokeColor=inherit;overflow=hidden;fillColor=#FF3333;top=0;left=0;bottom=0;right=0;pointerEvents=1;" value="" vertex="1">
+         <mxCell id="a1P1gnmAWIE9Nsn7RV_F-76" parent="a1P1gnmAWIE9Nsn7RV_F-72" style="shape=partialRectangle;html=1;whiteSpace=wrap;connectable=0;strokeColor=inherit;overflow=hidden;fillColor=#FFFFFF;top=0;left=0;bottom=0;right=0;pointerEvents=1;" value="" vertex="1">
          <mxGeometry height="40" width="60" x="180" as="geometry">
            <mxRectangle height="40" width="60" as="alternateBounds" />
          </mxGeometry>
        </mxCell>
        <mxCell id="xHLp9EJjgWM7njGDPcVA-11" parent="1" style="rounded=0;whiteSpace=wrap;html=1;" value="" vertex="1">
          <mxGeometry height="30" width="70" x="90" y="50" as="geometry" />
        </mxCell>
        <mxCell id="xHLp9EJjgWM7njGDPcVA-12" parent="1" style="rounded=0;whiteSpace=wrap;html=1;fillColor=#7EA6E0;" value="" vertex="1">
          <mxGeometry height="30" width="70" x="90" y="100" as="geometry" />
        </mxCell>
        <mxCell id="xHLp9EJjgWM7njGDPcVA-13" parent="1" style="rounded=0;whiteSpace=wrap;html=1;fillColor=#FF3333;" value="" vertex="1">
          <mxGeometry height="30" width="70" x="90" y="150" as="geometry" />
        </mxCell>
        <mxCell id="xHLp9EJjgWM7njGDPcVA-14" parent="1" style="text;html=1;whiteSpace=wrap;strokeColor=none;fillColor=none;align=center;verticalAlign=middle;rounded=0;" value="未使用" vertex="1">
          <mxGeometry height="30" width="60" x="190" y="50" as="geometry" />
        </mxCell>
        <mxCell id="xHLp9EJjgWM7njGDPcVA-16" parent="1" style="text;html=1;whiteSpace=wrap;strokeColor=none;fillColor=none;align=center;verticalAlign=middle;rounded=0;" value="没有被标记的对象" vertex="1">
          <mxGeometry height="20" width="100" x="170" y="105" as="geometry" />
        </mxCell>
        <mxCell id="xHLp9EJjgWM7njGDPcVA-17" parent="1" style="text;html=1;whiteSpace=wrap;strokeColor=none;fillColor=none;align=center;verticalAlign=middle;rounded=0;" value="标记的存活对象" vertex="1">
          <mxGeometry height="20" width="100" x="170" y="155" as="geometry" />
        </mxCell>
        <mxCell id="xHLp9EJjgWM7njGDPcVA-19" parent="1" style="text;html=1;whiteSpace=wrap;strokeColor=none;fillColor=none;align=center;verticalAlign=middle;rounded=0;" value="回收前" vertex="1">
          <mxGeometry height="30" width="60" x="160" y="460" as="geometry" />
        </mxCell>
        <mxCell id="xHLp9EJjgWM7njGDPcVA-20" parent="1" style="text;html=1;whiteSpace=wrap;strokeColor=none;fillColor=none;align=center;verticalAlign=middle;rounded=0;" value="标记后" vertex="1">
          <mxGeometry height="30" width="60" x="480" y="460" as="geometry" />
        </mxCell>
        <mxCell id="xHLp9EJjgWM7njGDPcVA-21" parent="1" style="text;html=1;whiteSpace=wrap;strokeColor=none;fillColor=none;align=center;verticalAlign=middle;rounded=0;" value="回收后" vertex="1">
          <mxGeometry height="30" width="60" x="790" y="460" as="geometry" />
        </mxCell>
      </root>
    </mxGraphModel>
  </diagram>
</mxfile>
